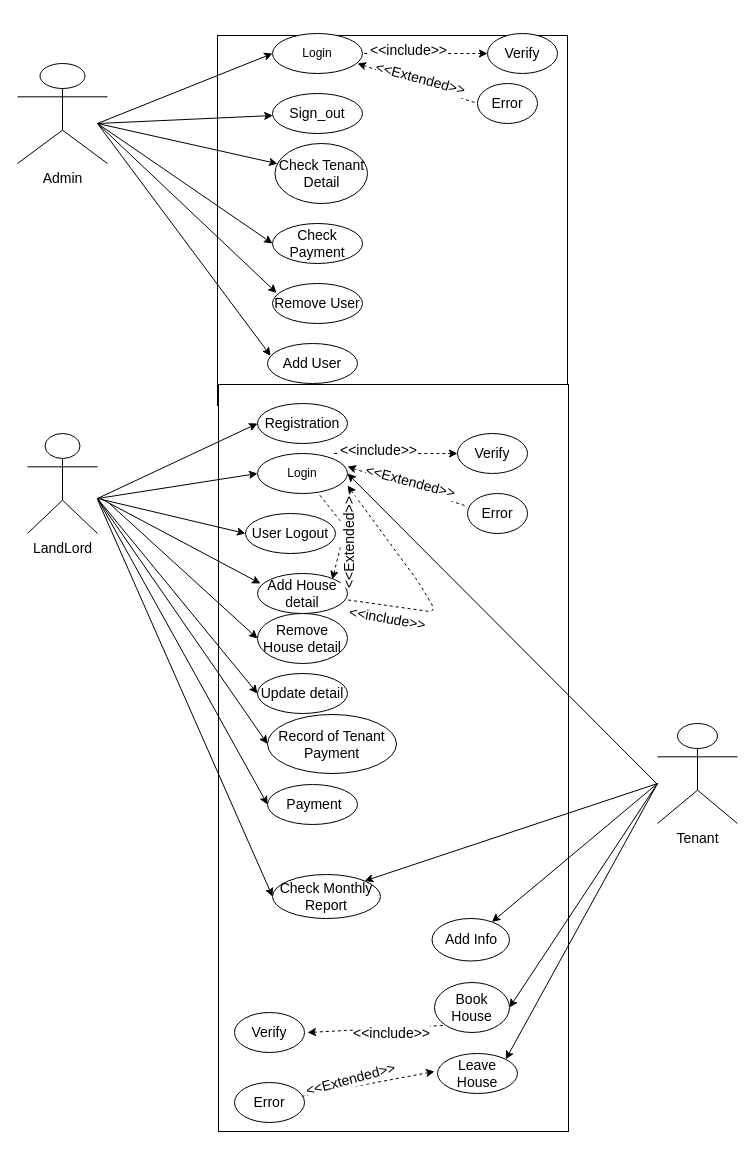
Sbdpratik/gharbeti keeps this draw.io diagram as page "UseCase" (5 of 7) of GharBeti(Diagrams).drawio. Above is the earlier version. Source tidied: cells renumbered, new cells numbered last; positions are measured from the earlier drawing's top-left corner, leaving out a move shared by most shapes. Both pictures are drawn from the tidied source at 100%, with x=0, y=0 at pixel (17, 33).
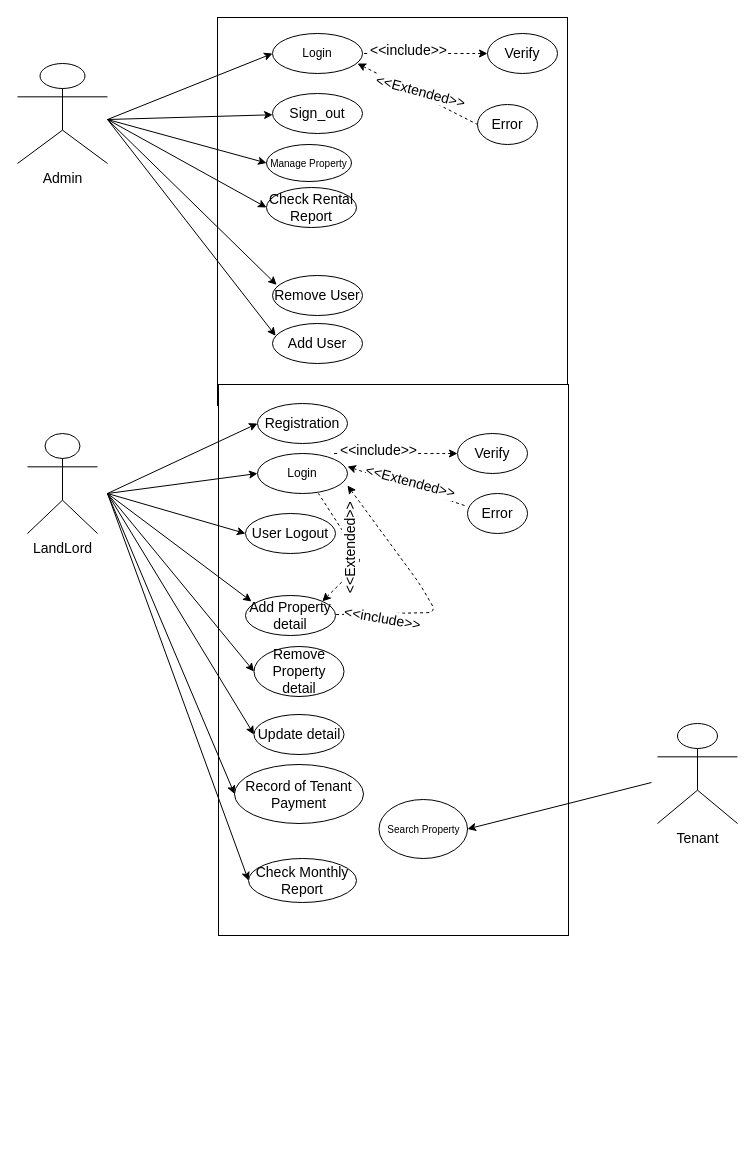
The same page after the edit.

Unchanged cells that the change refers to:
```xml
<mxCell id="4" value="Login" style="ellipse;whiteSpace=wrap;html=1;" parent="1" vertex="1">
  <mxGeometry x="255" width="90" height="40" as="geometry" />
</mxCell>
<mxCell id="9" value="Login" style="ellipse;whiteSpace=wrap;html=1;" parent="1" vertex="1">
  <mxGeometry x="240" y="420" width="90" height="40" as="geometry" />
</mxCell>
<mxCell id="10" value="&lt;font style=&quot;font-size: 14px&quot;&gt;Registration&lt;/font&gt;" style="ellipse;whiteSpace=wrap;html=1;" parent="1" vertex="1">
  <mxGeometry x="240" y="370" width="90" height="40" as="geometry" />
</mxCell>
<mxCell id="11" value="&lt;font style=&quot;font-size: 14px&quot;&gt;Sign_out&lt;/font&gt;" style="ellipse;whiteSpace=wrap;html=1;" parent="1" vertex="1">
  <mxGeometry x="255" y="60" width="90" height="40" as="geometry" />
</mxCell>
<mxCell id="26" value="&lt;font style=&quot;font-size: 14px&quot;&gt;User Logout&lt;/font&gt;" style="ellipse;whiteSpace=wrap;html=1;" parent="1" vertex="1">
  <mxGeometry x="228" y="480" width="90" height="40" as="geometry" />
</mxCell>
```

Diff of the diagram source:
```diff
@@
     <mxCell id="2" style="rounded=0;whiteSpace=wrap;html=1;" parent="1" vertex="1">
-      <mxGeometry x="200" y="2" width="350" height="370" as="geometry" />
+      <mxGeometry x="200" y="-16" width="350" height="388" as="geometry" />
     </mxCell>
     <mxCell id="3" style="rounded=0;whiteSpace=wrap;html=1;" parent="1" vertex="1">
-      <mxGeometry x="201" y="351" width="350" height="747" as="geometry" />
+      <mxGeometry x="201" y="351" width="350" height="551" as="geometry" />
     </mxCell>
@@
-    <mxCell id="5" value="&lt;font style=&quot;font-size: 14px&quot;&gt;Check Tenant Detail&lt;/font&gt;" style="ellipse;whiteSpace=wrap;html=1;" parent="1" vertex="1">
-      <mxGeometry x="257.5" y="110" width="92.5" height="60" as="geometry" />
-    </mxCell>
-    <mxCell id="6" value="&lt;font style=&quot;font-size: 14px&quot;&gt;Check Payment&lt;/font&gt;" style="ellipse;whiteSpace=wrap;html=1;" parent="1" vertex="1">
-      <mxGeometry x="255" y="190" width="90" height="40" as="geometry" />
+    <mxCell id="6" value="&lt;font style=&quot;font-size: 14px&quot;&gt;Check Rental Report&lt;/font&gt;" style="ellipse;whiteSpace=wrap;html=1;" parent="1" vertex="1">
+      <mxGeometry x="249" y="154" width="90" height="40" as="geometry" />
     </mxCell>
     <mxCell id="7" value="&lt;font style=&quot;font-size: 14px&quot;&gt;Remove User&lt;/font&gt;" style="ellipse;whiteSpace=wrap;html=1;" parent="1" vertex="1">
-      <mxGeometry x="255" y="250" width="90" height="40" as="geometry" />
+      <mxGeometry x="255" y="242" width="90" height="40" as="geometry" />
     </mxCell>
     <mxCell id="8" value="&lt;font style=&quot;font-size: 14px&quot;&gt;Add User&lt;/font&gt;" style="ellipse;whiteSpace=wrap;html=1;" parent="1" vertex="1">
-      <mxGeometry x="250" y="310" width="90" height="40" as="geometry" />
+      <mxGeometry x="255" y="290" width="90" height="40" as="geometry" />
     </mxCell>
@@
     <mxCell id="12" value="&lt;font style=&quot;font-size: 14px&quot;&gt;Error&lt;/font&gt;" style="ellipse;whiteSpace=wrap;html=1;" parent="1" vertex="1">
-      <mxGeometry x="460" y="50" width="60" height="40" as="geometry" />
+      <mxGeometry x="460" y="71" width="60" height="40" as="geometry" />
     </mxCell>
@@
+    <mxCell id="67" style="edgeStyle=none;rounded=0;jettySize=auto;html=1;fontSize=10;entryX=0;entryY=0.5;entryDx=0;entryDy=0;" parent="1" edge="1" target="70">
+      <mxGeometry relative="1" as="geometry">
+        <mxPoint x="90" y="86" as="sourcePoint" />
+      </mxGeometry>
+    </mxCell>
@@
     <mxCell id="15" style="endArrow=classic;html=1;entryX=0;entryY=0.5;entryDx=0;entryDy=0;" parent="1" edge="1" target="26">
       <mxGeometry relative="1" as="geometry">
-        <mxPoint x="80" y="465" as="sourcePoint" />
+        <mxPoint x="90" y="460" as="sourcePoint" />
       </mxGeometry>
     </mxCell>
     <mxCell id="16" style="endArrow=classic;html=1;entryX=0;entryY=0.5;entryDx=0;entryDy=0;" parent="1" edge="1" target="9">
       <mxGeometry relative="1" as="geometry">
-        <mxPoint x="80" y="465" as="sourcePoint" />
+        <mxPoint x="90" y="460" as="sourcePoint" />
       </mxGeometry>
     </mxCell>
     <mxCell id="17" style="endArrow=classic;html=1;entryX=0;entryY=0.5;entryDx=0;entryDy=0;" parent="1" edge="1" target="10">
       <mxGeometry relative="1" as="geometry">
-        <mxPoint x="80" y="465" as="sourcePoint" />
+        <mxPoint x="90" y="460" as="sourcePoint" />
       </mxGeometry>
     </mxCell>
-    <mxCell id="18" style="endArrow=classic;html=1;entryX=0;entryY=0.5;entryDx=0;entryDy=0;" parent="1" edge="1">
+    <mxCell id="18" style="endArrow=classic;html=1;entryX=0.067;entryY=0.15;entryDx=0;entryDy=0;entryPerimeter=0;" parent="1" edge="1" target="27">
       <mxGeometry relative="1" as="geometry">
-        <mxPoint x="83" y="465" as="sourcePoint" />
-        <mxPoint x="243" y="550" as="targetPoint" />
+        <mxPoint x="90" y="460" as="sourcePoint" />
       </mxGeometry>
     </mxCell>
     <mxCell id="19" style="endArrow=classic;html=1;entryX=0.035;entryY=0.307;entryDx=0;entryDy=0;entryPerimeter=0;" parent="1" edge="1" target="8">
       <mxGeometry relative="1" as="geometry">
-        <mxPoint x="80" y="90" as="sourcePoint" />
+        <mxPoint x="90" y="86" as="sourcePoint" />
       </mxGeometry>
     </mxCell>
     <mxCell id="20" style="endArrow=classic;html=1;entryX=0.046;entryY=0.235;entryDx=0;entryDy=0;entryPerimeter=0;" parent="1" edge="1" target="7">
       <mxGeometry relative="1" as="geometry">
-        <mxPoint x="80" y="90" as="sourcePoint" />
+        <mxPoint x="90" y="86" as="sourcePoint" />
       </mxGeometry>
     </mxCell>
     <mxCell id="21" style="endArrow=classic;html=1;entryX=0;entryY=0.5;entryDx=0;entryDy=0;" parent="1" edge="1" target="6">
       <mxGeometry relative="1" as="geometry">
-        <mxPoint x="80" y="90" as="sourcePoint" />
+        <mxPoint x="90" y="86" as="sourcePoint" />
       </mxGeometry>
     </mxCell>
-    <mxCell id="22" style="endArrow=classic;html=1;" parent="1" edge="1" target="5">
-      <mxGeometry relative="1" as="geometry">
-        <mxPoint x="80" y="90" as="sourcePoint" />
-      </mxGeometry>
-    </mxCell>
     <mxCell id="23" style="endArrow=classic;html=1;" parent="1" edge="1" target="11">
       <mxGeometry relative="1" as="geometry">
-        <mxPoint x="80" y="90" as="sourcePoint" />
+        <mxPoint x="90" y="86" as="sourcePoint" />
       </mxGeometry>
     </mxCell>
     <mxCell id="24" style="endArrow=classic;html=1;entryX=0;entryY=0.5;entryDx=0;entryDy=0;" parent="1" edge="1" target="4">
       <mxGeometry relative="1" as="geometry">
-        <mxPoint x="80" y="90" as="sourcePoint" />
+        <mxPoint x="90" y="86" as="sourcePoint" />
       </mxGeometry>
     </mxCell>
@@
-    <mxCell id="27" value="&lt;font style=&quot;font-size: 14px&quot;&gt;Add House detail&lt;/font&gt;" style="ellipse;whiteSpace=wrap;html=1;" parent="1" vertex="1">
-      <mxGeometry x="240" y="540" width="90" height="40" as="geometry" />
+    <mxCell id="27" value="&lt;font style=&quot;font-size: 14px&quot;&gt;Add Property detail&lt;/font&gt;" style="ellipse;whiteSpace=wrap;html=1;" parent="1" vertex="1">
+      <mxGeometry x="228" y="562" width="90" height="40" as="geometry" />
     </mxCell>
-    <mxCell id="28" value="&lt;font style=&quot;font-size: 14px&quot;&gt;Remove House detail&lt;/font&gt;" style="ellipse;whiteSpace=wrap;html=1;" parent="1" vertex="1">
-      <mxGeometry x="240" y="580" width="90" height="50" as="geometry" />
+    <mxCell id="28" value="&lt;font style=&quot;font-size: 14px&quot;&gt;Remove Property detail&lt;/font&gt;" style="ellipse;whiteSpace=wrap;html=1;" parent="1" vertex="1">
+      <mxGeometry x="236.5" y="613" width="90" height="50" as="geometry" />
     </mxCell>
     <mxCell id="29" value="&lt;font style=&quot;font-size: 14px&quot;&gt;Update detail&lt;/font&gt;" style="ellipse;whiteSpace=wrap;html=1;" parent="1" vertex="1">
-      <mxGeometry x="240" y="640" width="90" height="40" as="geometry" />
+      <mxGeometry x="236.5" y="681" width="90" height="40" as="geometry" />
     </mxCell>
     <mxCell id="30" value="&lt;font style=&quot;font-size: 14px&quot;&gt;Record of Tenant Payment&lt;/font&gt;" style="ellipse;whiteSpace=wrap;html=1;" parent="1" vertex="1">
-      <mxGeometry x="250" y="681" width="129" height="59" as="geometry" />
+      <mxGeometry x="217" y="731" width="129" height="59" as="geometry" />
     </mxCell>
-    <mxCell id="31" value="&lt;font style=&quot;font-size: 14px&quot;&gt;&amp;nbsp;Payment&lt;/font&gt;" style="ellipse;whiteSpace=wrap;html=1;" parent="1" vertex="1">
-      <mxGeometry x="250" y="751" width="90" height="40" as="geometry" />
-    </mxCell>
     <mxCell id="32" style="endArrow=classic;html=1;entryX=0;entryY=0.5;entryDx=0;entryDy=0;" parent="1" edge="1" target="28">
       <mxGeometry relative="1" as="geometry">
-        <mxPoint x="92" y="470" as="sourcePoint" />
+        <mxPoint x="90" y="460" as="sourcePoint" />
       </mxGeometry>
     </mxCell>
     <mxCell id="33" style="endArrow=classic;html=1;entryX=0;entryY=0.5;entryDx=0;entryDy=0;" parent="1" edge="1" target="29">
       <mxGeometry relative="1" as="geometry">
-        <mxPoint x="80" y="465" as="sourcePoint" />
+        <mxPoint x="90" y="460" as="sourcePoint" />
       </mxGeometry>
     </mxCell>
     <mxCell id="34" style="endArrow=classic;html=1;entryX=0;entryY=0.5;entryDx=0;entryDy=0;" parent="1" edge="1" target="30">
       <mxGeometry relative="1" as="geometry">
-        <mxPoint x="80" y="465" as="sourcePoint" />
+        <mxPoint x="90" y="460" as="sourcePoint" />
       </mxGeometry>
     </mxCell>
-    <mxCell id="35" style="endArrow=classic;html=1;entryX=0;entryY=0.5;entryDx=0;entryDy=0;" parent="1" edge="1" target="31">
-      <mxGeometry relative="1" as="geometry">
-        <mxPoint x="80" y="465" as="sourcePoint" />
-      </mxGeometry>
-    </mxCell>
-    <mxCell id="36" style="endArrow=classic;html=1;entryX=1;entryY=0;entryDx=0;entryDy=0;" parent="1" edge="1" target="46">
-      <mxGeometry relative="1" as="geometry">
-        <mxPoint x="640" y="750" as="sourcePoint" />
-      </mxGeometry>
-    </mxCell>
-    <mxCell id="37" style="endArrow=classic;html=1;entryX=1;entryY=0;entryDx=0;entryDy=0;" parent="1" edge="1" target="41">
-      <mxGeometry relative="1" as="geometry">
-        <mxPoint x="640" y="750" as="sourcePoint" />
-      </mxGeometry>
-    </mxCell>
+    <mxCell id="68" style="rounded=0;jettySize=auto;html=1;entryX=1;entryY=0.5;entryDx=0;entryDy=0;fontSize=10;" parent="1" edge="1" target="69">
+      <mxGeometry relative="1" as="geometry">
+        <mxPoint x="634" y="749" as="sourcePoint" />
+      </mxGeometry>
+    </mxCell>
@@
-    <mxCell id="39" value="&lt;font style=&quot;font-size: 14px&quot;&gt;Book House&lt;/font&gt;" style="ellipse;whiteSpace=wrap;html=1;rounded=1;" parent="1" vertex="1">
-      <mxGeometry x="417" y="949" width="75" height="50" as="geometry" />
-    </mxCell>
-    <mxCell id="40" value="&lt;font style=&quot;font-size: 14px&quot;&gt;Add Info&lt;/font&gt;" style="ellipse;whiteSpace=wrap;html=1;rounded=1;" parent="1" vertex="1">
-      <mxGeometry x="414.5" y="885" width="77.5" height="42.5" as="geometry" />
-    </mxCell>
     <mxCell id="41" value="&lt;font style=&quot;font-size: 14px&quot;&gt;Check Monthly Report&lt;/font&gt;" style="ellipse;whiteSpace=wrap;html=1;rounded=1;" parent="1" vertex="1">
-      <mxGeometry x="255" y="841" width="108" height="44" as="geometry" />
+      <mxGeometry x="231" y="825" width="108" height="44" as="geometry" />
     </mxCell>
-    <mxCell id="42" value="&lt;font style=&quot;font-size: 14px&quot;&gt;Error&lt;/font&gt;" style="ellipse;whiteSpace=wrap;html=1;rounded=1;" parent="1" vertex="1">
-      <mxGeometry x="217" y="1049" width="70" height="40" as="geometry" />
-    </mxCell>
-    <mxCell id="43" value="&lt;font style=&quot;font-size: 14px&quot;&gt;Verify&lt;/font&gt;" style="ellipse;whiteSpace=wrap;html=1;rounded=1;" parent="1" vertex="1">
-      <mxGeometry x="217" y="979" width="70" height="40" as="geometry" />
-    </mxCell>
-    <mxCell id="44" style="endArrow=classic;html=1;entryX=1;entryY=0.5;entryDx=0;entryDy=0;" parent="1" edge="1" target="39">
-      <mxGeometry relative="1" as="geometry">
-        <mxPoint x="640" y="750" as="sourcePoint" />
-      </mxGeometry>
-    </mxCell>
-    <mxCell id="45" style="endArrow=classic;html=1;" parent="1" edge="1" target="40">
-      <mxGeometry relative="1" as="geometry">
-        <mxPoint x="640" y="750" as="sourcePoint" />
-      </mxGeometry>
-    </mxCell>
-    <mxCell id="46" value="&lt;font style=&quot;font-size: 14px&quot;&gt;Leave House&lt;/font&gt;" style="ellipse;whiteSpace=wrap;html=1;rounded=1;" parent="1" vertex="1">
-      <mxGeometry x="420" y="1020" width="80" height="40" as="geometry" />
-    </mxCell>
-    <mxCell id="47" style="endArrow=classic;html=1;" parent="1" edge="1">
-      <mxGeometry relative="1" as="geometry">
-        <mxPoint x="640" y="751" as="sourcePoint" />
-        <mxPoint x="330" y="440" as="targetPoint" />
-      </mxGeometry>
-    </mxCell>
     <mxCell id="48" style="endArrow=classic;html=1;entryX=0;entryY=0.5;entryDx=0;entryDy=0;" parent="1" edge="1" target="41">
       <mxGeometry relative="1" as="geometry">
-        <mxPoint x="80" y="466" as="sourcePoint" />
+        <mxPoint x="90" y="460" as="sourcePoint" />
       </mxGeometry>
     </mxCell>
@@
-    <mxCell id="59" style="endArrow=none;dashed=1;html=1;startArrow=classic;startFill=1;entryX=0;entryY=1;entryDx=0;entryDy=0;" parent="1" edge="1" target="39">
-      <mxGeometry relative="1" as="geometry">
-        <mxPoint x="290" y="999" as="sourcePoint" />
-        <Array as="points">
-          <mxPoint x="290" y="999" />
-        </Array>
-      </mxGeometry>
-    </mxCell>
-    <mxCell id="60" value="&lt;font style=&quot;font-size: 14px&quot;&gt;&amp;lt;&amp;lt;include&amp;gt;&amp;gt;&lt;/font&gt;" style="edgeLabel;html=1;align=center;verticalAlign=middle;rotation=0;" parent="59" vertex="1">
-      <mxGeometry x="0.25" y="2" relative="1" as="geometry">
-        <mxPoint x="-1.8" y="6.5" as="offset" />
-      </mxGeometry>
-    </mxCell>
-    <mxCell id="61" style="endArrow=none;dashed=1;html=1;startArrow=classic;startFill=1;exitX=0.978;exitY=0.225;exitDx=0;exitDy=0;exitPerimeter=0;" parent="1" edge="1" target="42">
-      <mxGeometry relative="1" as="geometry">
-        <mxPoint x="417" y="1038" as="sourcePoint" />
-      </mxGeometry>
-    </mxCell>
-    <mxCell id="62" value="&lt;font style=&quot;font-size: 14px&quot;&gt;&amp;lt;&amp;lt;Extended&amp;gt;&amp;gt;&lt;/font&gt;" style="edgeLabel;html=1;align=center;verticalAlign=middle;rotation=-15;" parent="61" vertex="1">
-      <mxGeometry x="0.25" y="2" relative="1" as="geometry">
-        <mxPoint x="-2.6" y="-10.1" as="offset" />
-      </mxGeometry>
-    </mxCell>
@@
-    <mxCell id="65" style="endArrow=none;dashed=1;html=1;startArrow=classic;startFill=1;exitX=1;exitY=0;exitDx=0;exitDy=0;entryX=0.7;entryY=1;entryDx=0;entryDy=0;entryPerimeter=0;" parent="1" edge="1">
+    <mxCell id="65" style="endArrow=none;dashed=1;html=1;startArrow=classic;startFill=1;exitX=1;exitY=0;exitDx=0;exitDy=0;entryX=0.7;entryY=1;entryDx=0;entryDy=0;entryPerimeter=0;" parent="1" edge="1" source="27">
       <mxGeometry relative="1" as="geometry">
-        <mxPoint x="314.8" y="545.9" as="sourcePoint" />
         <mxPoint x="301" y="460" as="targetPoint" />
         <Array as="points">
-          <mxPoint x="328" y="494" />
+          <mxPoint x="345" y="528" />
         </Array>
       </mxGeometry>
     </mxCell>
     <mxCell id="66" value="&lt;font style=&quot;font-size: 14px&quot;&gt;&amp;lt;&amp;lt;Extended&amp;gt;&amp;gt;&lt;/font&gt;" style="edgeLabel;html=1;align=center;verticalAlign=middle;rotation=-90;" parent="65" vertex="1">
       <mxGeometry x="0.25" y="2" relative="1" as="geometry">
-        <mxPoint x="8.8" y="20.6" as="offset" />
+        <mxPoint x="5" y="11" as="offset" />
       </mxGeometry>
     </mxCell>
+    <mxCell id="69" value="Search Property" style="ellipse;whiteSpace=wrap;html=1;fontSize=10;" parent="1" vertex="1">
+      <mxGeometry x="361.5" y="766" width="88.5" height="59" as="geometry" />
+    </mxCell>
+    <mxCell id="70" value="Manage Property" style="ellipse;whiteSpace=wrap;html=1;fontSize=10;" parent="1" vertex="1">
+      <mxGeometry x="249" y="111" width="85" height="37" as="geometry" />
+    </mxCell>
```
